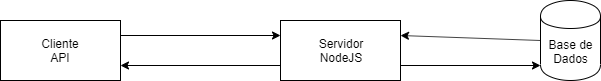
Above: fase3/report/App_arc.png in pedrocarrega/CN (draw.io), before the change. Source tidied: cells renumbered, new cells last; positions are measured from the earlier drawing's top-left corner, leaving out a move shared by most shapes. The source it was exported from:
```xml
<mxGraphModel>
  <root>
    <mxCell id="0" />
    <mxCell id="1" parent="0" />
    <mxCell id="2" style="edgeStyle=orthogonalEdgeStyle;rounded=0;jettySize=auto;html=1;exitX=0;exitY=0.75;exitDx=0;exitDy=0;entryX=1;entryY=0.75;entryDx=0;entryDy=0;" parent="1" edge="1" source="4" target="6">
      <mxGeometry relative="1" as="geometry" />
    </mxCell>
    <mxCell id="3" style="edgeStyle=orthogonalEdgeStyle;rounded=0;jettySize=auto;html=1;exitX=1;exitY=0.75;exitDx=0;exitDy=0;entryX=0;entryY=0.813;entryDx=0;entryDy=0;entryPerimeter=0;" parent="1" edge="1" source="4" target="8">
      <mxGeometry relative="1" as="geometry" />
    </mxCell>
    <mxCell id="4" value="Servidor&lt;br&gt;NodeJS" style="rounded=0;whiteSpace=wrap;html=1;" parent="1" vertex="1">
      <mxGeometry x="280" y="20" width="120" height="60" as="geometry" />
    </mxCell>
    <mxCell id="5" style="edgeStyle=orthogonalEdgeStyle;rounded=0;jettySize=auto;html=1;exitX=1;exitY=0.25;exitDx=0;exitDy=0;entryX=0;entryY=0.25;entryDx=0;entryDy=0;" parent="1" edge="1" source="6" target="4">
      <mxGeometry relative="1" as="geometry" />
    </mxCell>
    <mxCell id="6" value="Cliente&lt;br&gt;API" style="rounded=0;whiteSpace=wrap;html=1;" parent="1" vertex="1">
      <mxGeometry y="20" width="120" height="60" as="geometry" />
    </mxCell>
    <mxCell id="7" style="edgeStyle=none;rounded=0;jettySize=auto;html=1;exitX=0;exitY=0.5;exitDx=0;exitDy=0;entryX=1;entryY=0.25;entryDx=0;entryDy=0;" parent="1" edge="1" source="8" target="4">
      <mxGeometry relative="1" as="geometry" />
    </mxCell>
    <mxCell id="8" value="Base de&lt;br&gt;Dados" style="shape=cylinder;whiteSpace=wrap;html=1;boundedLbl=1;backgroundOutline=1;" parent="1" vertex="1">
      <mxGeometry x="540" width="60" height="80" as="geometry" />
    </mxCell>
  </root>
</mxGraphModel>
```
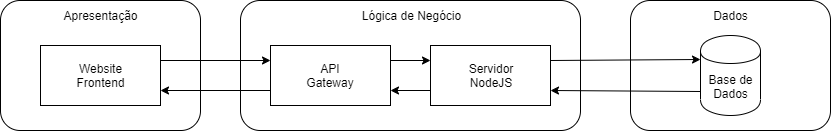
After the change.

Commit message:
Updated application architecture.

The edit, as a diff of the source:
```diff
@@ -2,26 +2,53 @@
   <root>
     <mxCell id="0" />
     <mxCell id="1" parent="0" />
+    <mxCell id="9" style="rounded=1;whiteSpace=wrap;html=1;" parent="1" vertex="1">
+      <mxGeometry x="580" y="-15" width="200" height="130" as="geometry" />
+    </mxCell>
+    <mxCell id="10" style="rounded=1;whiteSpace=wrap;html=1;" parent="1" vertex="1">
+      <mxGeometry x="190" y="-15" width="340" height="130" as="geometry" />
+    </mxCell>
+    <mxCell id="11" style="rounded=1;whiteSpace=wrap;html=1;" parent="1" vertex="1">
+      <mxGeometry x="-50" y="-15" width="200" height="130" as="geometry" />
+    </mxCell>
+    <mxCell id="12" style="edgeStyle=orthogonalEdgeStyle;rounded=0;jettySize=auto;html=1;exitX=1;exitY=0.25;exitDx=0;exitDy=0;entryX=0;entryY=0.25;entryDx=0;entryDy=0;" parent="1" edge="1" source="4" target="17">
+      <mxGeometry relative="1" as="geometry" />
+    </mxCell>
     <mxCell id="2" style="edgeStyle=orthogonalEdgeStyle;rounded=0;jettySize=auto;html=1;exitX=0;exitY=0.75;exitDx=0;exitDy=0;entryX=1;entryY=0.75;entryDx=0;entryDy=0;" parent="1" edge="1" source="4" target="6">
       <mxGeometry relative="1" as="geometry" />
     </mxCell>
-    <mxCell id="3" style="edgeStyle=orthogonalEdgeStyle;rounded=0;jettySize=auto;html=1;exitX=1;exitY=0.75;exitDx=0;exitDy=0;entryX=0;entryY=0.813;entryDx=0;entryDy=0;entryPerimeter=0;" parent="1" edge="1" source="4" target="8">
-      <mxGeometry relative="1" as="geometry" />
-    </mxCell>
-    <mxCell id="4" value="Servidor&lt;br&gt;NodeJS" style="rounded=0;whiteSpace=wrap;html=1;" parent="1" vertex="1">
-      <mxGeometry x="280" y="20" width="120" height="60" as="geometry" />
+    <mxCell id="4" value="API&lt;br&gt;Gateway" style="rounded=0;whiteSpace=wrap;html=1;" parent="1" vertex="1">
+      <mxGeometry x="220" y="30" width="120" height="60" as="geometry" />
     </mxCell>
     <mxCell id="5" style="edgeStyle=orthogonalEdgeStyle;rounded=0;jettySize=auto;html=1;exitX=1;exitY=0.25;exitDx=0;exitDy=0;entryX=0;entryY=0.25;entryDx=0;entryDy=0;" parent="1" edge="1" source="6" target="4">
       <mxGeometry relative="1" as="geometry" />
     </mxCell>
-    <mxCell id="6" value="Cliente&lt;br&gt;API" style="rounded=0;whiteSpace=wrap;html=1;" parent="1" vertex="1">
-      <mxGeometry y="20" width="120" height="60" as="geometry" />
+    <mxCell id="6" value="Website&lt;br&gt;Frontend" style="rounded=0;whiteSpace=wrap;html=1;" parent="1" vertex="1">
+      <mxGeometry x="-10" y="30" width="120" height="60" as="geometry" />
     </mxCell>
-    <mxCell id="7" style="edgeStyle=none;rounded=0;jettySize=auto;html=1;exitX=0;exitY=0.5;exitDx=0;exitDy=0;entryX=1;entryY=0.25;entryDx=0;entryDy=0;" parent="1" edge="1" source="8" target="4">
-      <mxGeometry relative="1" as="geometry" />
-    </mxCell>
+    <mxCell id="13" style="rounded=0;jettySize=auto;html=1;exitX=0;exitY=0.7;exitDx=0;exitDy=0;entryX=1;entryY=0.75;entryDx=0;entryDy=0;" parent="1" edge="1" source="8" target="17">
+      <mxGeometry relative="1" as="geometry" />
+    </mxCell>
     <mxCell id="8" value="Base de&lt;br&gt;Dados" style="shape=cylinder;whiteSpace=wrap;html=1;boundedLbl=1;backgroundOutline=1;" parent="1" vertex="1">
-      <mxGeometry x="540" width="60" height="80" as="geometry" />
+      <mxGeometry x="650" y="20" width="60" height="80" as="geometry" />
     </mxCell>
+    <mxCell id="14" value="Apresentação" style="text;html=1;strokeColor=none;fillColor=none;align=center;verticalAlign=middle;whiteSpace=wrap;rounded=0;" parent="1" vertex="1">
+      <mxGeometry x="30" y="-10" width="40" height="20" as="geometry" />
+    </mxCell>
+    <mxCell id="15" style="edgeStyle=orthogonalEdgeStyle;rounded=0;jettySize=auto;html=1;exitX=0;exitY=0.75;exitDx=0;exitDy=0;entryX=1;entryY=0.75;entryDx=0;entryDy=0;" parent="1" edge="1" source="17" target="4">
+      <mxGeometry relative="1" as="geometry" />
+    </mxCell>
+    <mxCell id="16" style="rounded=0;jettySize=auto;html=1;exitX=1;exitY=0.25;exitDx=0;exitDy=0;entryX=0;entryY=0.3;entryDx=0;entryDy=0;" parent="1" edge="1" source="17" target="8">
+      <mxGeometry relative="1" as="geometry" />
+    </mxCell>
+    <mxCell id="17" value="Servidor&lt;br&gt;NodeJS" style="rounded=0;whiteSpace=wrap;html=1;" parent="1" vertex="1">
+      <mxGeometry x="380" y="30" width="120" height="60" as="geometry" />
+    </mxCell>
+    <mxCell id="18" value="Lógica de Negócio" style="text;html=1;strokeColor=none;fillColor=none;align=center;verticalAlign=middle;whiteSpace=wrap;rounded=0;" parent="1" vertex="1">
+      <mxGeometry x="295" y="-10" width="130" height="20" as="geometry" />
+    </mxCell>
+    <mxCell id="19" value="Dados" style="text;html=1;strokeColor=none;fillColor=none;align=center;verticalAlign=middle;whiteSpace=wrap;rounded=0;" parent="1" vertex="1">
+      <mxGeometry x="615" y="-10" width="130" height="20" as="geometry" />
+    </mxCell>
   </root>
 </mxGraphModel>
```
